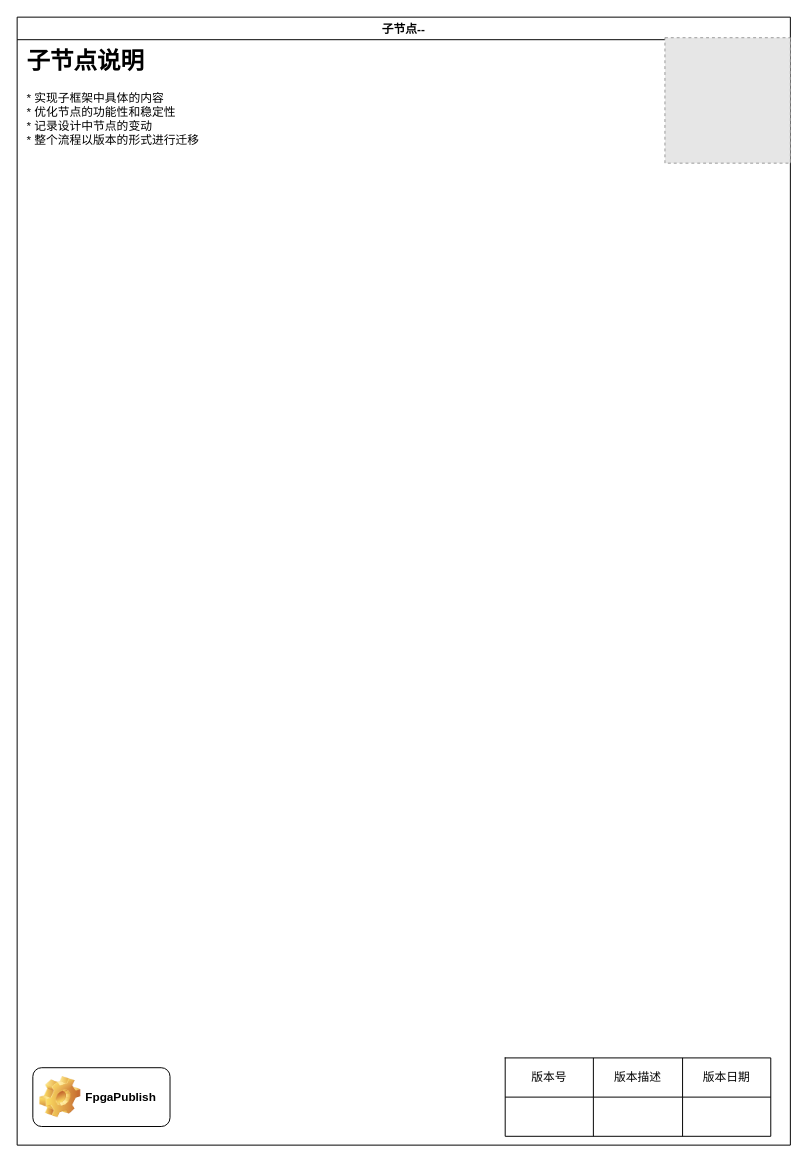
Before: page "子节点-PC设计框架" (4 of 4) of smart_eye_exec_flow/smart_eye_flow_manual.drawio in FpgaPublish/k0_smart_eye, a draw.io diagram. Source tidied: cells renumbered, new cells numbered last; positions are measured from the earlier drawing's top-left corner, leaving out a move shared by most shapes. Both pictures are drawn from the tidied source at 98%, with x=0, y=0 at pixel (17, 17). Pictures stored in the file or linked from it are replaced by grey dashed boxes.
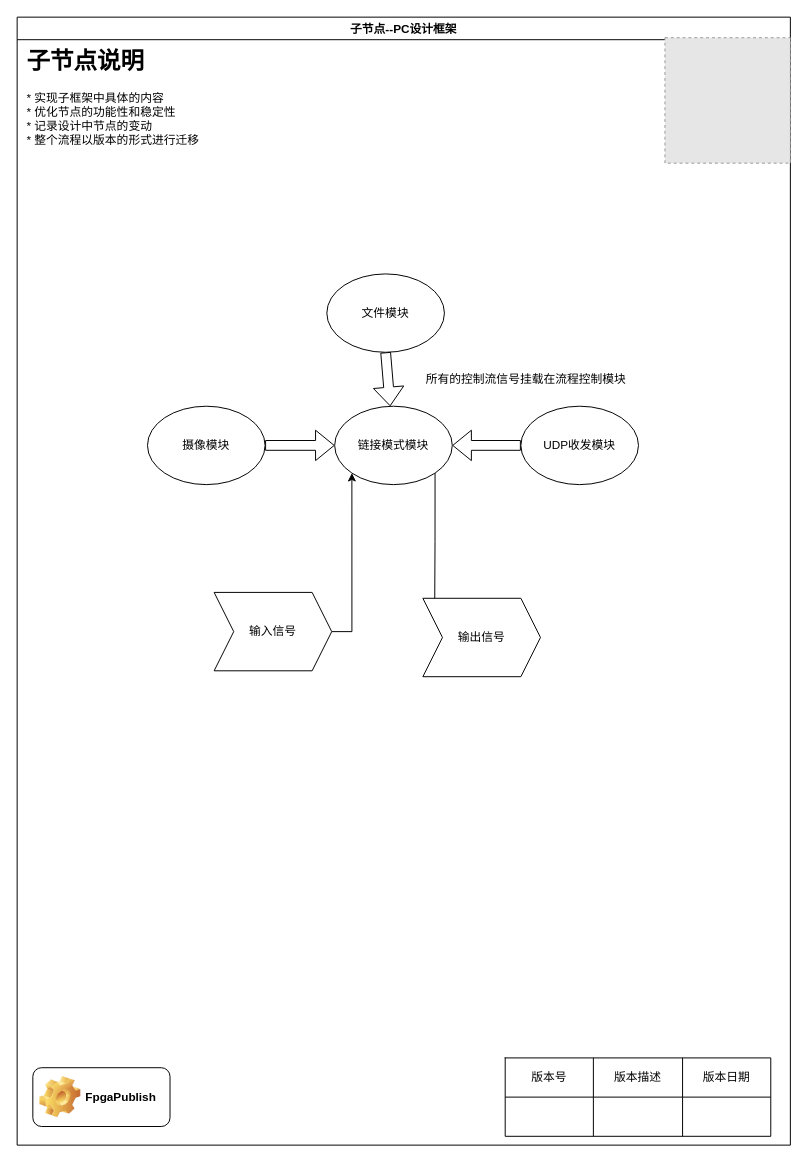
After the change.

The edit, as a diff of the source:
```diff
@@
-    <mxCell id="2" value="子节点--" style="swimlane;startSize=23;" parent="1" vertex="1">
+    <mxCell id="2" value="子节点--PC设计框架" style="swimlane;startSize=23;" parent="1" vertex="1">
       <mxGeometry width="789" height="1151" as="geometry" />
     </mxCell>
@@
+    <mxCell id="15" style="edgeStyle=none;shape=flexArrow;rounded=0;jettySize=auto;html=1;exitX=0.5;exitY=1;exitDx=0;exitDy=0;" parent="2" edge="1" source="16" target="22">
+      <mxGeometry relative="1" as="geometry" />
+    </mxCell>
+    <mxCell id="16" value="文件模块" style="ellipse;whiteSpace=wrap;html=1;" parent="2" vertex="1">
+      <mxGeometry x="316" y="262" width="120" height="80" as="geometry" />
+    </mxCell>
+    <mxCell id="17" style="edgeStyle=none;shape=flexArrow;rounded=0;jettySize=auto;html=1;exitX=1;exitY=0.5;exitDx=0;exitDy=0;" parent="2" edge="1" source="18" target="22">
+      <mxGeometry relative="1" as="geometry" />
+    </mxCell>
+    <mxCell id="18" value="摄像模块" style="ellipse;whiteSpace=wrap;html=1;" parent="2" vertex="1">
+      <mxGeometry x="133" y="397" width="120" height="80" as="geometry" />
+    </mxCell>
+    <mxCell id="19" style="edgeStyle=none;shape=flexArrow;rounded=0;jettySize=auto;html=1;exitX=0;exitY=0.5;exitDx=0;exitDy=0;" parent="2" edge="1" source="20" target="22">
+      <mxGeometry relative="1" as="geometry" />
+    </mxCell>
+    <mxCell id="20" value="UDP收发模块" style="ellipse;whiteSpace=wrap;html=1;" parent="2" vertex="1">
+      <mxGeometry x="514" y="397" width="120" height="80" as="geometry" />
+    </mxCell>
+    <mxCell id="21" style="edgeStyle=orthogonalEdgeStyle;rounded=0;jettySize=auto;html=1;exitX=1;exitY=1;exitDx=0;exitDy=0;entryX=0;entryY=0.25;entryDx=0;entryDy=0;" parent="2" edge="1" source="22" target="25">
+      <mxGeometry relative="1" as="geometry" />
+    </mxCell>
+    <mxCell id="22" value="链接模式模块" style="ellipse;whiteSpace=wrap;html=1;" parent="2" vertex="1">
+      <mxGeometry x="324" y="397" width="120" height="80" as="geometry" />
+    </mxCell>
+    <mxCell id="23" style="edgeStyle=orthogonalEdgeStyle;rounded=0;jettySize=auto;html=1;exitX=1;exitY=0.5;exitDx=0;exitDy=0;entryX=0;entryY=1;entryDx=0;entryDy=0;" parent="2" edge="1" source="24" target="22">
+      <mxGeometry relative="1" as="geometry" />
+    </mxCell>
+    <mxCell id="24" value="输入信号" style="shape=step;perimeter=stepPerimeter;whiteSpace=wrap;html=1;fixedSize=1;" parent="2" vertex="1">
+      <mxGeometry x="201" y="587" width="120" height="80" as="geometry" />
+    </mxCell>
+    <mxCell id="25" value="输出信号" style="shape=step;perimeter=stepPerimeter;whiteSpace=wrap;html=1;fixedSize=1;" parent="2" vertex="1">
+      <mxGeometry x="414" y="593" width="120" height="80" as="geometry" />
+    </mxCell>
+    <mxCell id="26" value="所有的控制流信号挂载在流程控制模块" style="text;html=1;align=center;verticalAlign=middle;strokeColor=none;fillColor=none;" parent="2" vertex="1">
+      <mxGeometry x="412" y="361" width="214" height="18" as="geometry" />
+    </mxCell>
```
